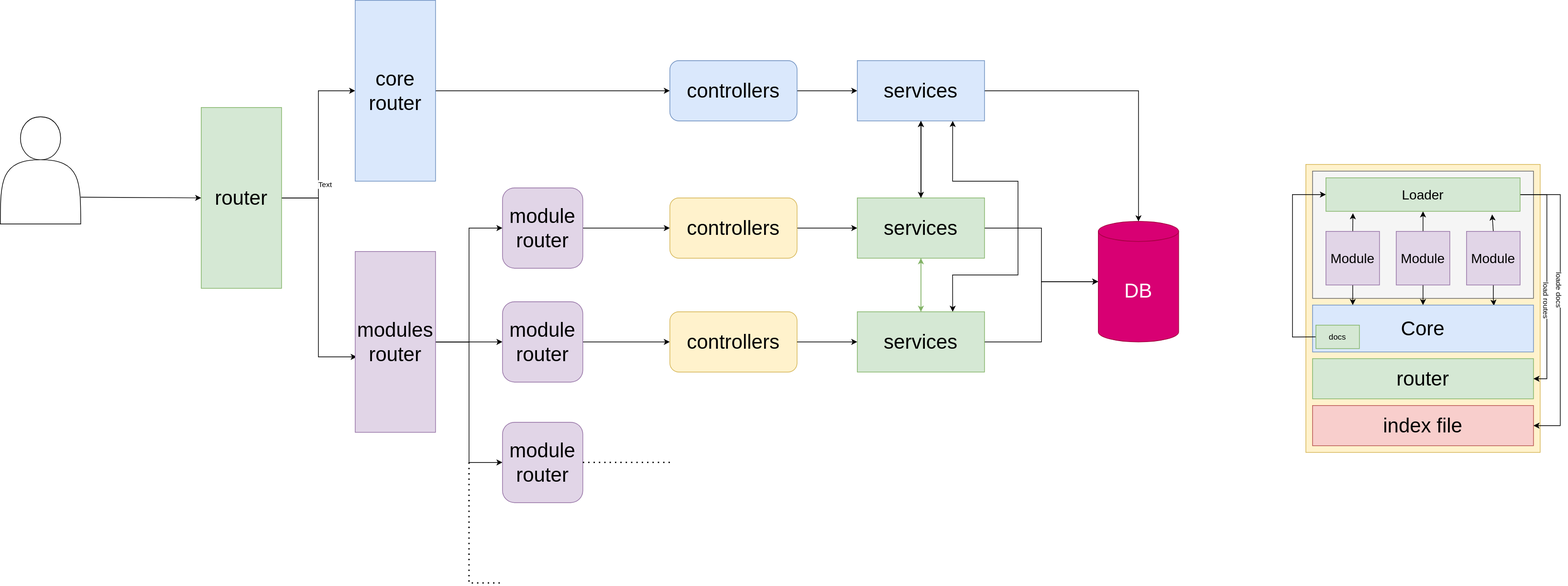
Above: Diagram.drawio.svg in MrMiM-tfe/CorePlex (draw.io), before the change. Source tidied: cells renumbered, new cells last; positions are measured from the earlier drawing's top-left corner, leaving out a move shared by most shapes.
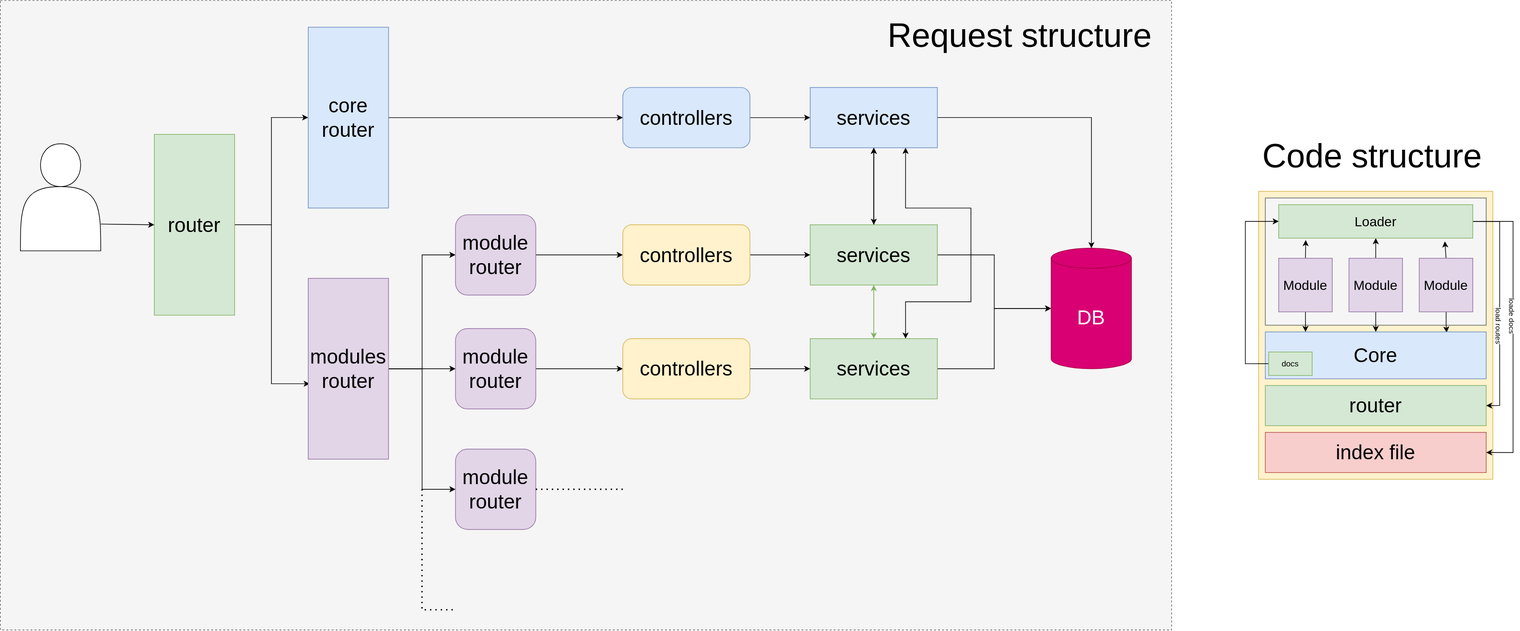
The same file after the commit.

What changed in the source:
```diff
@@ -2,6 +2,9 @@
   <root>
     <mxCell id="0" />
     <mxCell id="1" parent="0" />
+    <mxCell id="61" style="rounded=0;whiteSpace=wrap;html=1;dashed=1;fillColor=#f5f5f5;fontColor=#333333;strokeColor=#666666;" parent="1" vertex="1">
+      <mxGeometry x="70" y="-40" width="1750" height="940" as="geometry" />
+    </mxCell>
     <mxCell id="2" style="rounded=0;whiteSpace=wrap;html=1;fillColor=#fff2cc;strokeColor=#d6b656;" parent="1" vertex="1">
       <mxGeometry x="1950" y="245" width="350" height="430" as="geometry" />
     </mxCell>
@@ -11,11 +14,6 @@
     <mxCell id="4" style="edgeStyle=orthogonalEdgeStyle;rounded=0;jettySize=auto;html=1;" parent="1" edge="1" source="6" target="12">
       <mxGeometry relative="1" as="geometry" />
     </mxCell>
-    <mxCell id="5" value="Text" style="edgeLabel;html=1;align=center;verticalAlign=middle;" parent="4" vertex="1">
-      <mxGeometry x="-0.44" y="-7" relative="1" as="geometry">
-        <mxPoint x="1" as="offset" />
-      </mxGeometry>
-    </mxCell>
     <mxCell id="6" value="&lt;font style=&quot;font-size: 30px;&quot;&gt;router&lt;/font&gt;" style="rounded=0;whiteSpace=wrap;html=1;fillColor=#d5e8d4;strokeColor=#82b366;" parent="1" vertex="1">
       <mxGeometry x="300" y="160" width="120" height="270" as="geometry" />
     </mxCell>
@@ -139,7 +137,7 @@
       <mxGeometry relative="1" as="geometry" />
     </mxCell>
     <mxCell id="40" style="shape=actor;whiteSpace=wrap;html=1;" parent="1" vertex="1">
-      <mxGeometry y="174" width="120" height="160" as="geometry" />
+      <mxGeometry x="100" y="174" width="120" height="160" as="geometry" />
     </mxCell>
     <mxCell id="41" style="rounded=0;whiteSpace=wrap;html=1;fillColor=#f5f5f5;fontColor=#333333;strokeColor=#666666;" parent="1" vertex="1">
       <mxGeometry x="1960" y="255" width="330" height="190" as="geometry" />
@@ -213,5 +211,11 @@
     <mxCell id="60" value="docs" style="rounded=0;whiteSpace=wrap;html=1;fillColor=#d5e8d4;strokeColor=#82b366;" parent="1" vertex="1">
       <mxGeometry x="1965" y="485" width="65" height="35" as="geometry" />
     </mxCell>
+    <mxCell id="62" value="&lt;font style=&quot;font-size: 50px;&quot;&gt;Code&amp;nbsp;structure&lt;/font&gt;" style="text;strokeColor=none;fillColor=none;align=left;verticalAlign=middle;spacingLeft=4;spacingRight=4;overflow=hidden;whiteSpace=wrap;html=1;" parent="1" vertex="1">
+      <mxGeometry x="1950" y="160" width="360" height="60" as="geometry" />
+    </mxCell>
+    <mxCell id="63" value="&lt;font style=&quot;font-size: 50px;&quot;&gt;Request structure&lt;/font&gt;" style="text;strokeColor=none;fillColor=none;align=left;verticalAlign=middle;spacingLeft=4;spacingRight=4;overflow=hidden;whiteSpace=wrap;html=1;" parent="1" vertex="1">
+      <mxGeometry x="1390" y="-20" width="410" height="60" as="geometry" />
+    </mxCell>
   </root>
 </mxGraphModel>
```
